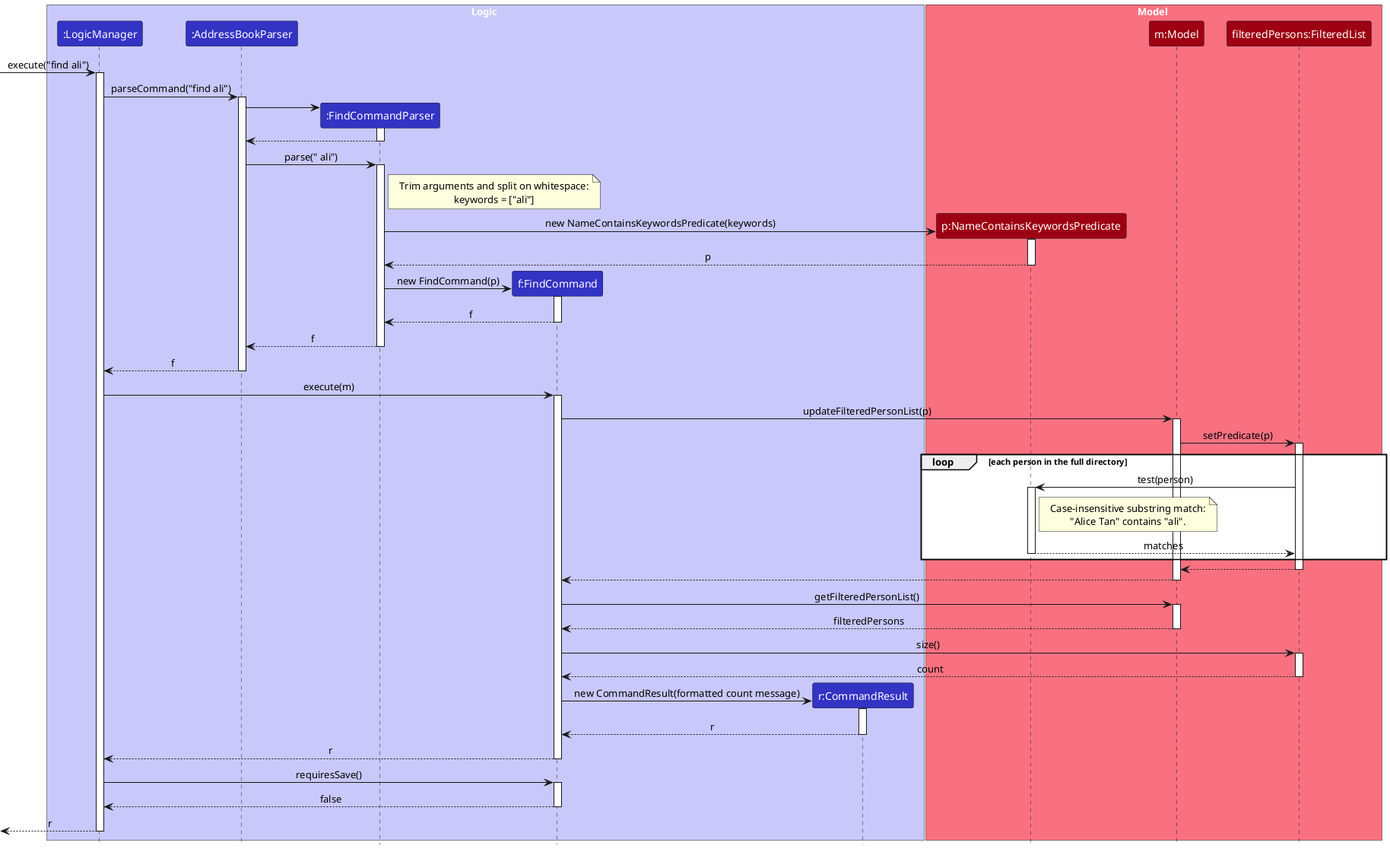
This is docs/images/FindSequenceDiagram.png from AY2627S1-CS2103T-T10-3/tp, a PlantUML export, as it was before one commit.
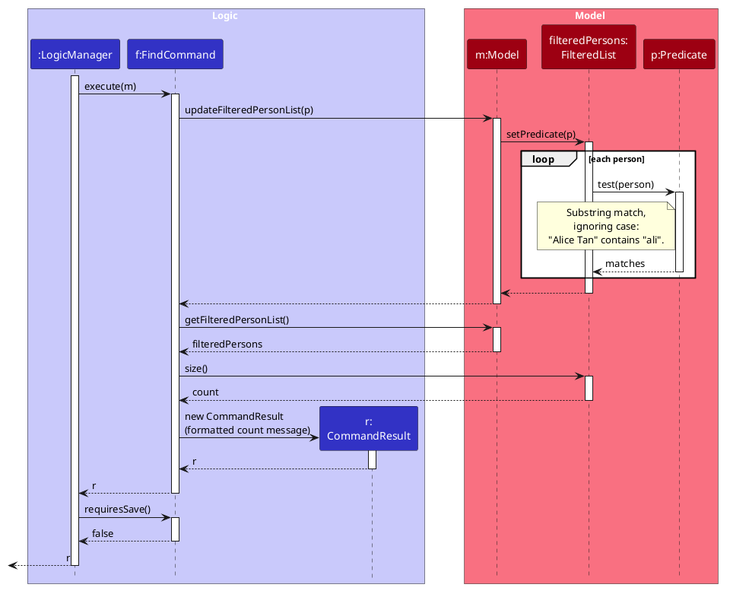
The same diagram one commit later.

Commit message:
Separate Find diagram parsing and execution

What changed in the source:
```diff
@@ -1,66 +1,34 @@
 @startuml
 !include style.puml
 skinparam ArrowFontStyle plain
+skinparam sequenceMessageAlign left
+skinparam BoxPadding 20
 
 box Logic LOGIC_COLOR_T1
 participant ":LogicManager" as LogicManager LOGIC_COLOR
-participant ":AddressBookParser" as AddressBookParser LOGIC_COLOR
-participant ":FindCommandParser" as FindCommandParser LOGIC_COLOR
 participant "f:FindCommand" as FindCommand LOGIC_COLOR
-participant "r:CommandResult" as CommandResult LOGIC_COLOR
+participant "r:\nCommandResult" as CommandResult LOGIC_COLOR
 end box
 
 box Model MODEL_COLOR_T1
-participant "p:NameContainsKeywordsPredicate" as Predicate MODEL_COLOR
 participant "m:Model" as Model MODEL_COLOR
-participant "filteredPersons:FilteredList" as FilteredList MODEL_COLOR
+participant "filteredPersons:\nFilteredList" as FilteredList MODEL_COLOR
+participant "p:Predicate" as Predicate MODEL_COLOR
 end box
 
-[-> LogicManager : execute("find ali")
 activate LogicManager
-LogicManager -> AddressBookParser : parseCommand("find ali")
-activate AddressBookParser
-
-create FindCommandParser
-AddressBookParser -> FindCommandParser
-activate FindCommandParser
-FindCommandParser --> AddressBookParser
-deactivate FindCommandParser
-
-AddressBookParser -> FindCommandParser : parse(" ali")
-activate FindCommandParser
-note right of FindCommandParser
-Trim arguments and split on whitespace:
-keywords = ["ali"]
-end note
-
-create Predicate
-FindCommandParser -> Predicate : new NameContainsKeywordsPredicate(keywords)
-activate Predicate
-Predicate --> FindCommandParser : p
-deactivate Predicate
-
-create FindCommand
-FindCommandParser -> FindCommand : new FindCommand(p)
-activate FindCommand
-FindCommand --> FindCommandParser : f
-deactivate FindCommand
-FindCommandParser --> AddressBookParser : f
-deactivate FindCommandParser
-AddressBookParser --> LogicManager : f
-deactivate AddressBookParser
-
 LogicManager -> FindCommand : execute(m)
 activate FindCommand
 FindCommand -> Model : updateFilteredPersonList(p)
 activate Model
 Model -> FilteredList : setPredicate(p)
 activate FilteredList
-loop each person in the full directory
+loop each person
     FilteredList -> Predicate : test(person)
     activate Predicate
-    note right of Predicate
-    Case-insensitive substring match:
+    note left of Predicate
+    Substring match,
+    ignoring case:
     "Alice Tan" contains "ali".
     end note
     Predicate --> FilteredList : matches
@@ -81,7 +49,7 @@
 deactivate FilteredList
 
 create CommandResult
-FindCommand -> CommandResult : new CommandResult(formatted count message)
+FindCommand -> CommandResult : new CommandResult\n(formatted count message)
 activate CommandResult
 CommandResult --> FindCommand : r
 deactivate CommandResult
```
